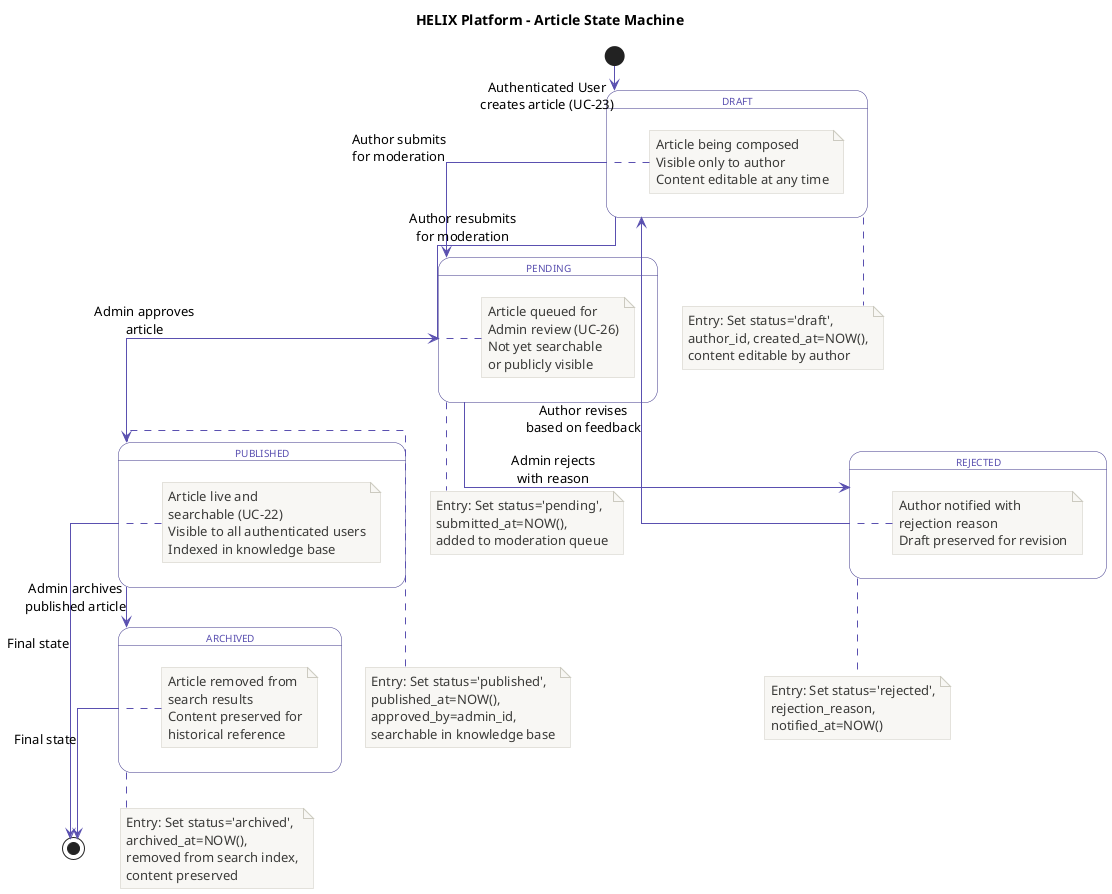
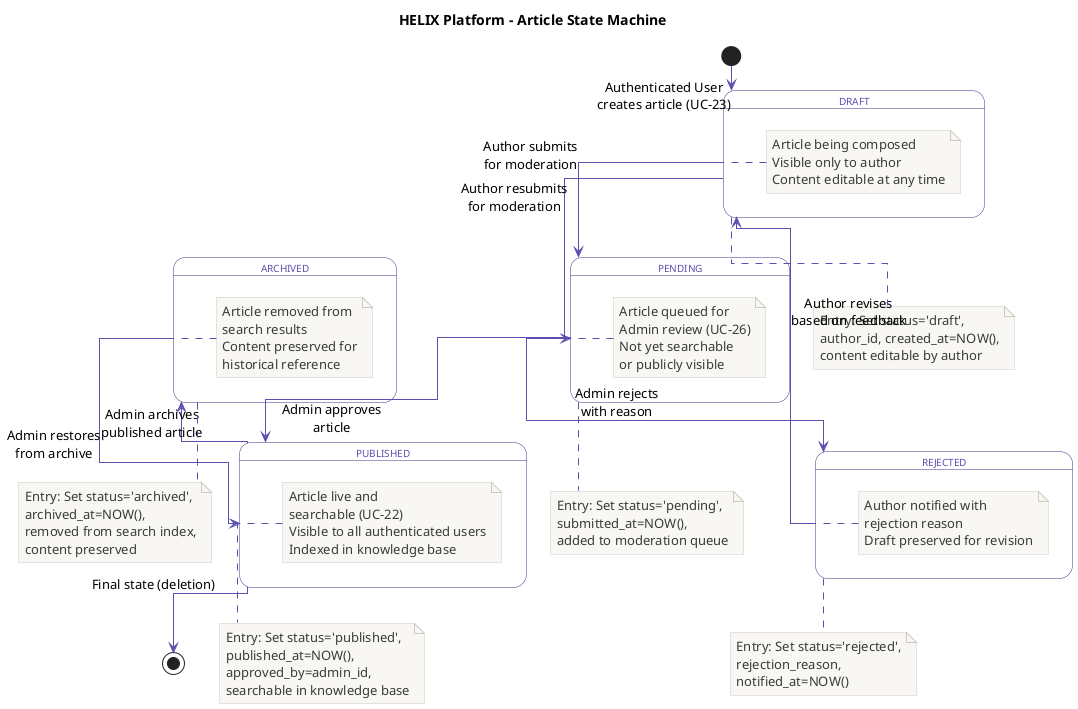
@startuml state_article
title HELIX Platform – Article State Machine

skinparam shadowing false
skinparam linetype ortho
skinparam state {
    BackgroundColor #FFFFFF
    BorderColor #3C3489
    FontColor #3C3489
    FontSize 12
    AttributeFontColor #5A50B0
    AttributeFontSize 10
}
skinparam ArrowColor #5A50B0
skinparam NoteBackgroundColor #F8F7F4
skinparam NoteBorderColor #CCCAC0
skinparam NoteFontColor #3A3A38

[*] --> DRAFT : Authenticated User\ncreates article (UC-23)

state DRAFT {
    note right: Article being composed\nVisible only to author\nContent editable at any time
}

DRAFT --> PENDING : Author submits\nfor moderation

state PENDING {
    note right: Article queued for\nAdmin review (UC-26)\nNot yet searchable\nor publicly visible
}

PENDING --> PUBLISHED : Admin approves\narticle

state PUBLISHED {
    note right: Article live and\nsearchable (UC-22)\nVisible to all authenticated users\nIndexed in knowledge base
}

- PUBLISHED --> [*] : Final state
+ PUBLISHED --> ARCHIVED : Admin archives\npublished article
+ 
+ state ARCHIVED {
+     note right: Article removed from\nsearch results\nContent preserved for\nhistorical reference
+ }
+ 
+ ARCHIVED --> PUBLISHED : Admin restores\nfrom archive
+ 
+ PUBLISHED --> [*] : Final state (deletion)

PENDING --> REJECTED : Admin rejects\nwith reason

state REJECTED {
    note right: Author notified with\nrejection reason\nDraft preserved for revision
}

REJECTED --> DRAFT : Author revises\nbased on feedback

DRAFT --> PENDING : Author resubmits\nfor moderation
- 
- PUBLISHED --> ARCHIVED : Admin archives\npublished article
- 
- state ARCHIVED {
-     note right: Article removed from\nsearch results\nContent preserved for\nhistorical reference
- }
- 
- ARCHIVED --> [*] : Final state

note bottom of DRAFT
    Entry: Set status='draft',
    author_id, created_at=NOW(),
    content editable by author
end note

note bottom of PENDING
    Entry: Set status='pending',
    submitted_at=NOW(),
    added to moderation queue
end note

note bottom of PUBLISHED
    Entry: Set status='published',
    published_at=NOW(),
    approved_by=admin_id,
    searchable in knowledge base
end note

note bottom of REJECTED
    Entry: Set status='rejected',
    rejection_reason,
    notified_at=NOW()
end note

note bottom of ARCHIVED
    Entry: Set status='archived',
    archived_at=NOW(),
    removed from search index,
    content preserved
end note

@enduml
